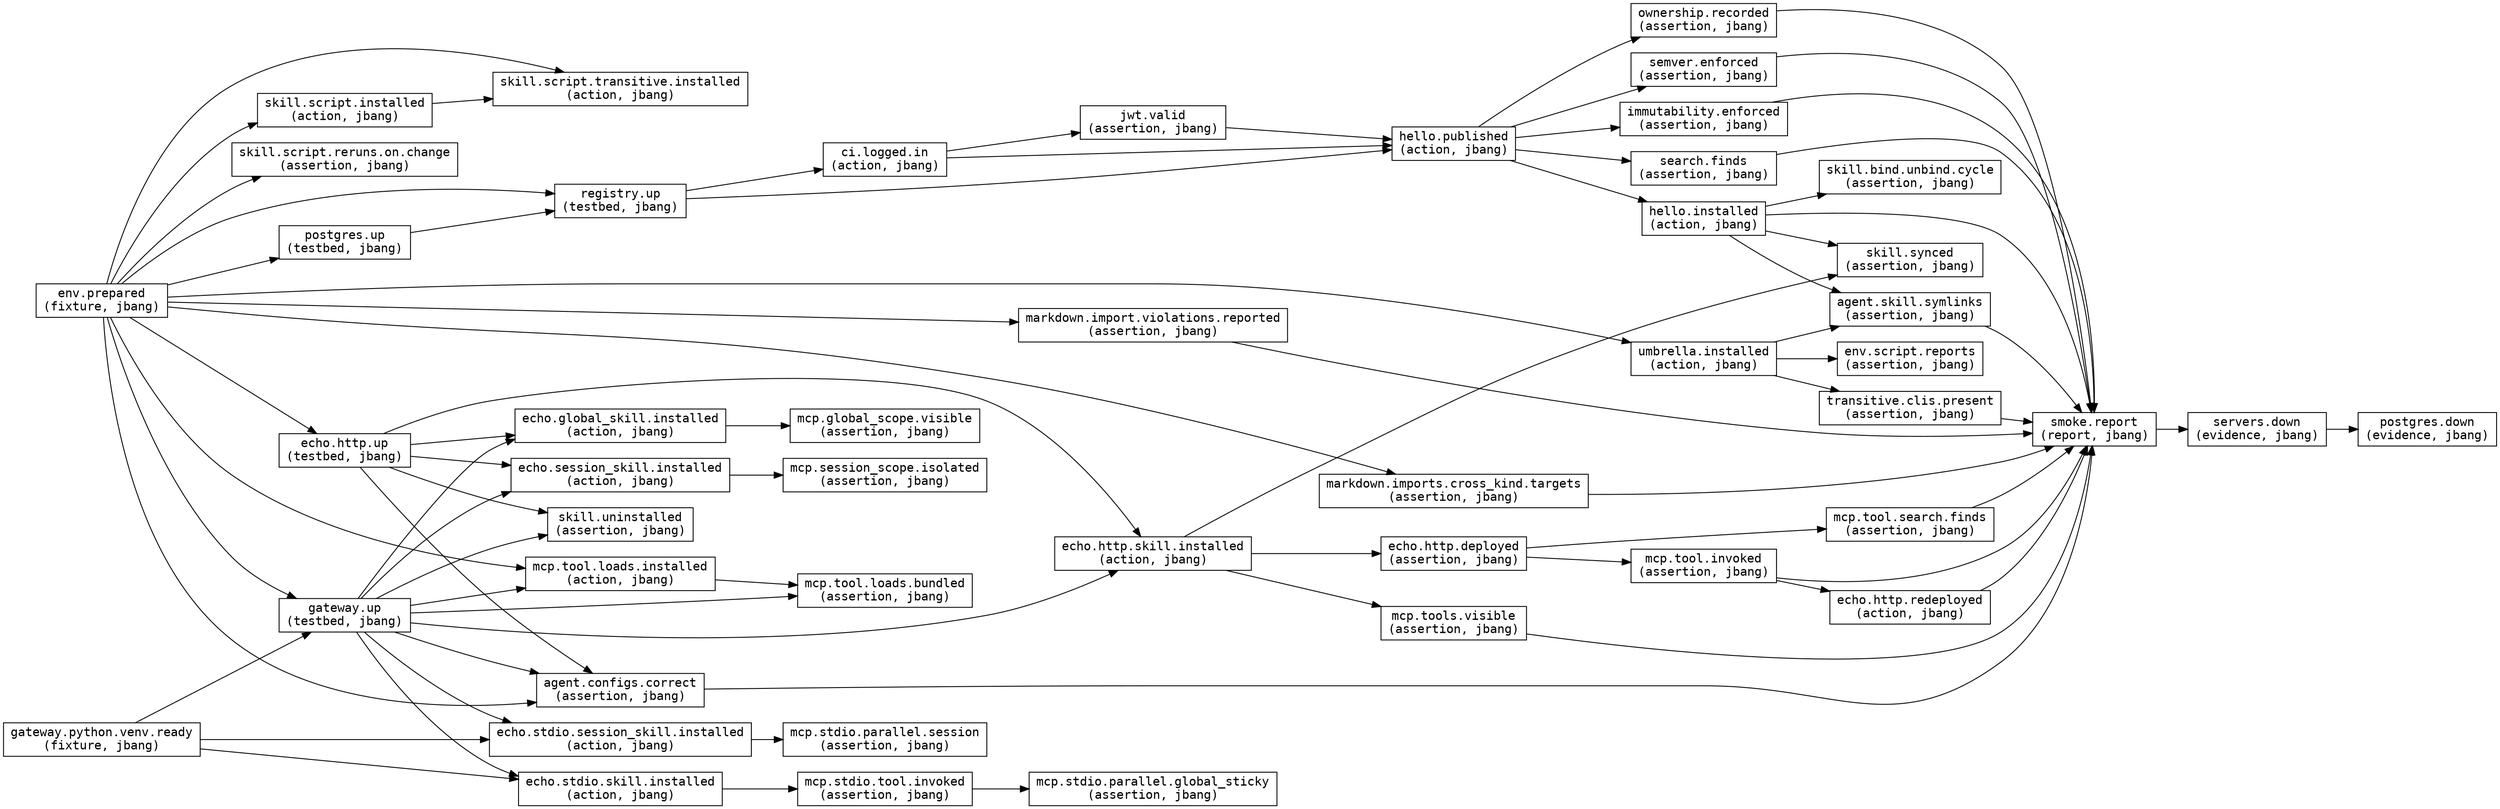
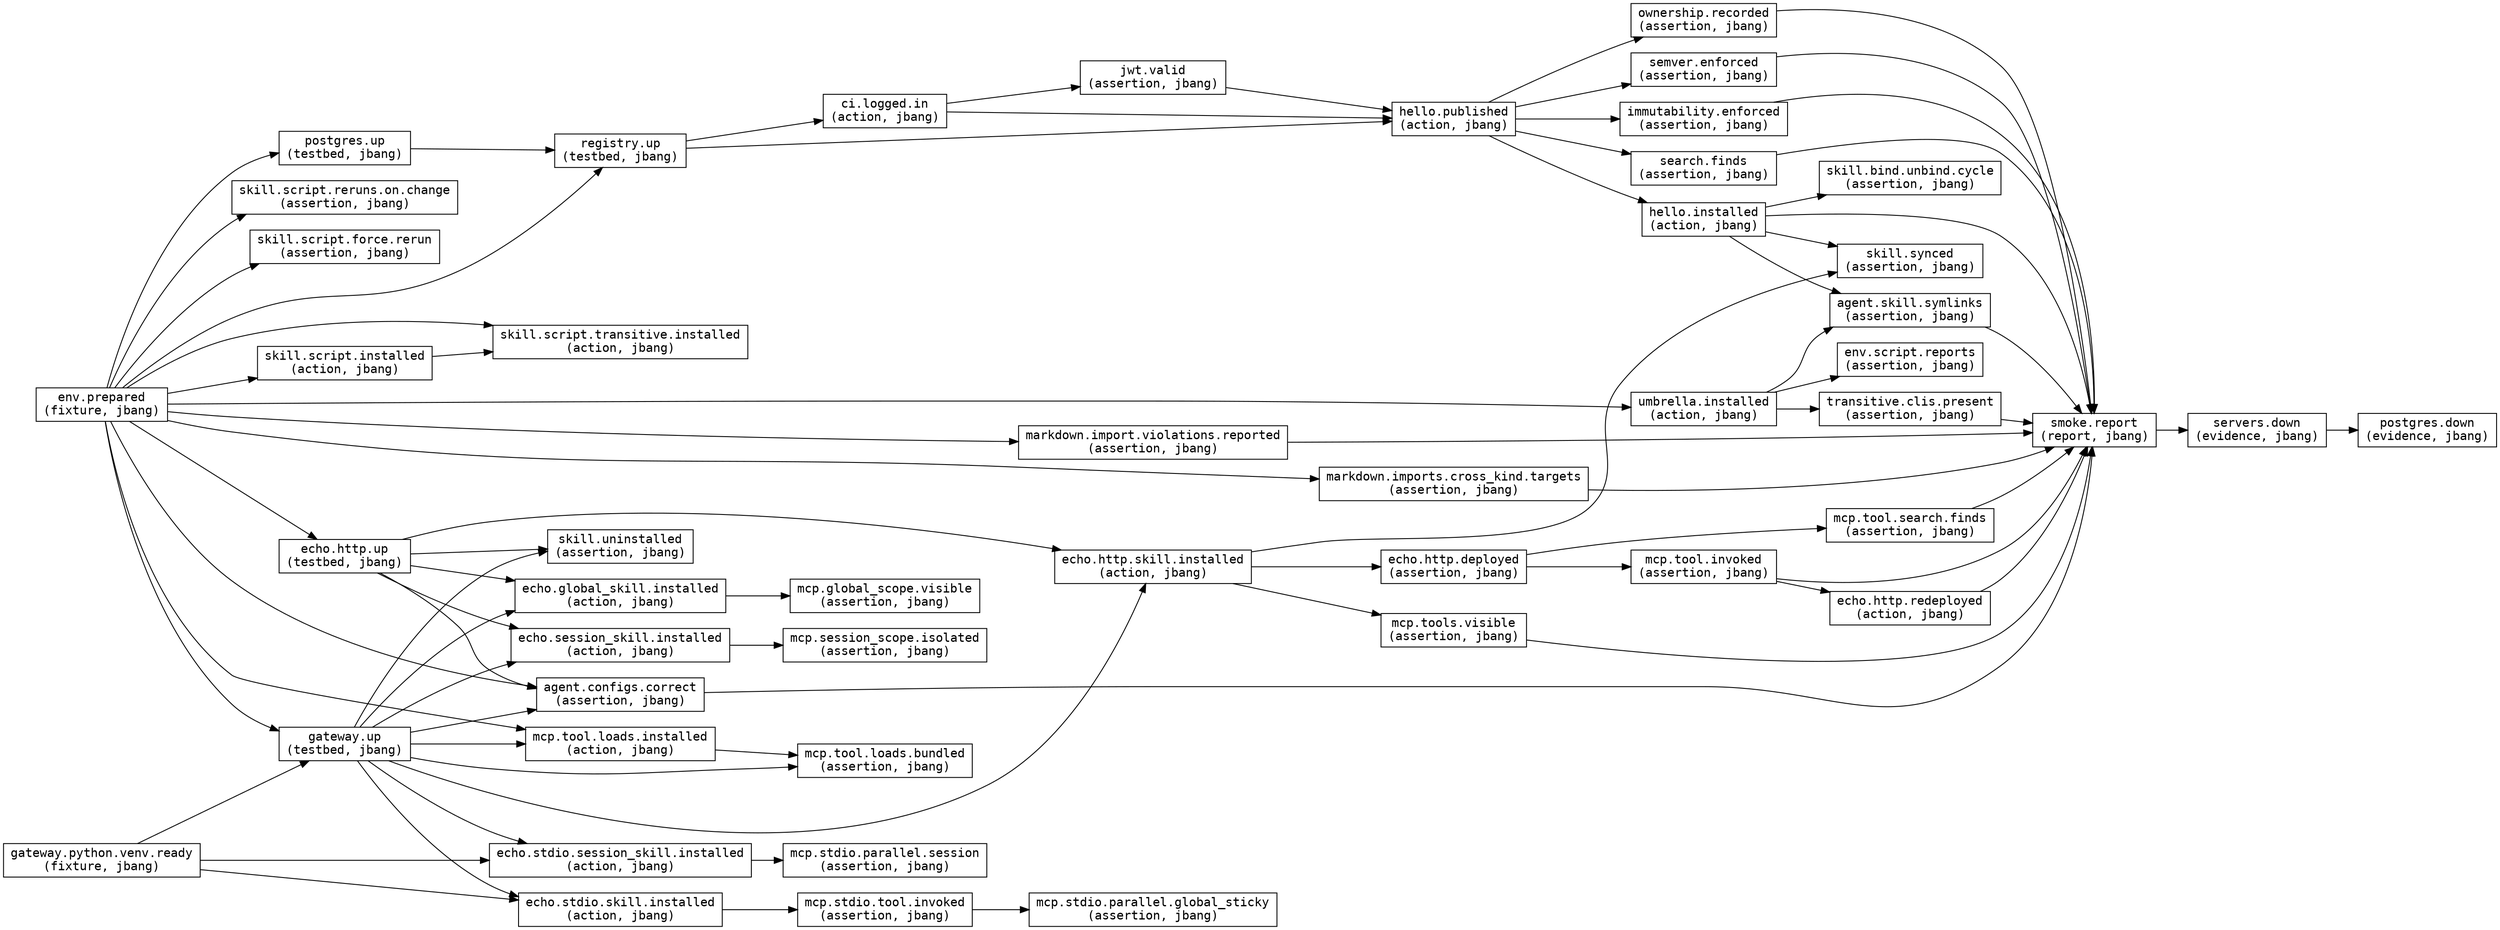
digraph "smoke" {
  rankdir=LR;
  node [shape=box,fontname="Courier"];
  "env.prepared" [label="env.prepared\n(fixture, jbang)"];
  "postgres.up" [label="postgres.up\n(testbed, jbang)"];
  "registry.up" [label="registry.up\n(testbed, jbang)"];
  "ci.logged.in" [label="ci.logged.in\n(action, jbang)"];
  "jwt.valid" [label="jwt.valid\n(assertion, jbang)"];
  "gateway.python.venv.ready" [label="gateway.python.venv.ready\n(fixture, jbang)"];
  "gateway.up" [label="gateway.up\n(testbed, jbang)"];
  "echo.http.up" [label="echo.http.up\n(testbed, jbang)"];
  "hello.published" [label="hello.published\n(action, jbang)"];
  "hello.installed" [label="hello.installed\n(action, jbang)"];
  "search.finds" [label="search.finds\n(assertion, jbang)"];
  "ownership.recorded" [label="ownership.recorded\n(assertion, jbang)"];
  "semver.enforced" [label="semver.enforced\n(assertion, jbang)"];
  "immutability.enforced" [label="immutability.enforced\n(assertion, jbang)"];
  "markdown.import.violations.reported" [label="markdown.import.violations.reported\n(assertion, jbang)"];
  "markdown.imports.cross_kind.targets" [label="markdown.imports.cross_kind.targets\n(assertion, jbang)"];
  "umbrella.installed" [label="umbrella.installed\n(action, jbang)"];
  "transitive.clis.present" [label="transitive.clis.present\n(assertion, jbang)"];
  "skill.script.installed" [label="skill.script.installed\n(action, jbang)"];
  "skill.script.transitive.installed" [label="skill.script.transitive.installed\n(action, jbang)"];
  "skill.script.reruns.on.change" [label="skill.script.reruns.on.change\n(assertion, jbang)"];
+   "skill.script.force.rerun" [label="skill.script.force.rerun\n(assertion, jbang)"];
  "env.script.reports" [label="env.script.reports\n(assertion, jbang)"];
  "mcp.tool.loads.installed" [label="mcp.tool.loads.installed\n(action, jbang)"];
  "mcp.tool.loads.bundled" [label="mcp.tool.loads.bundled\n(assertion, jbang)"];
  "echo.http.skill.installed" [label="echo.http.skill.installed\n(action, jbang)"];
  "echo.http.deployed" [label="echo.http.deployed\n(assertion, jbang)"];
  "mcp.tools.visible" [label="mcp.tools.visible\n(assertion, jbang)"];
  "mcp.tool.search.finds" [label="mcp.tool.search.finds\n(assertion, jbang)"];
  "mcp.tool.invoked" [label="mcp.tool.invoked\n(assertion, jbang)"];
  "echo.http.redeployed" [label="echo.http.redeployed\n(action, jbang)"];
  "echo.session_skill.installed" [label="echo.session_skill.installed\n(action, jbang)"];
  "mcp.session_scope.isolated" [label="mcp.session_scope.isolated\n(assertion, jbang)"];
  "echo.global_skill.installed" [label="echo.global_skill.installed\n(action, jbang)"];
  "mcp.global_scope.visible" [label="mcp.global_scope.visible\n(assertion, jbang)"];
  "echo.stdio.skill.installed" [label="echo.stdio.skill.installed\n(action, jbang)"];
  "mcp.stdio.tool.invoked" [label="mcp.stdio.tool.invoked\n(assertion, jbang)"];
  "mcp.stdio.parallel.global_sticky" [label="mcp.stdio.parallel.global_sticky\n(assertion, jbang)"];
  "echo.stdio.session_skill.installed" [label="echo.stdio.session_skill.installed\n(action, jbang)"];
  "mcp.stdio.parallel.session" [label="mcp.stdio.parallel.session\n(assertion, jbang)"];
  "skill.synced" [label="skill.synced\n(assertion, jbang)"];
  "skill.bind.unbind.cycle" [label="skill.bind.unbind.cycle\n(assertion, jbang)"];
  "skill.uninstalled" [label="skill.uninstalled\n(assertion, jbang)"];
  "agent.configs.correct" [label="agent.configs.correct\n(assertion, jbang)"];
  "agent.skill.symlinks" [label="agent.skill.symlinks\n(assertion, jbang)"];
  "smoke.report" [label="smoke.report\n(report, jbang)"];
  "servers.down" [label="servers.down\n(evidence, jbang)"];
  "postgres.down" [label="postgres.down\n(evidence, jbang)"];
  "env.prepared" -> "postgres.up";
  "env.prepared" -> "registry.up";
  "postgres.up" -> "registry.up";
  "registry.up" -> "ci.logged.in";
  "ci.logged.in" -> "jwt.valid";
  "env.prepared" -> "gateway.up";
  "gateway.python.venv.ready" -> "gateway.up";
  "env.prepared" -> "echo.http.up";
  "registry.up" -> "hello.published";
  "ci.logged.in" -> "hello.published";
  "jwt.valid" -> "hello.published";
  "hello.published" -> "hello.installed";
  "hello.published" -> "search.finds";
  "hello.published" -> "ownership.recorded";
  "hello.published" -> "semver.enforced";
  "hello.published" -> "immutability.enforced";
  "env.prepared" -> "markdown.import.violations.reported";
  "env.prepared" -> "markdown.imports.cross_kind.targets";
  "env.prepared" -> "umbrella.installed";
  "umbrella.installed" -> "transitive.clis.present";
  "env.prepared" -> "skill.script.installed";
  "env.prepared" -> "skill.script.transitive.installed";
  "skill.script.installed" -> "skill.script.transitive.installed";
  "env.prepared" -> "skill.script.reruns.on.change";
+   "env.prepared" -> "skill.script.force.rerun";
  "umbrella.installed" -> "env.script.reports";
  "env.prepared" -> "mcp.tool.loads.installed";
  "gateway.up" -> "mcp.tool.loads.installed";
  "mcp.tool.loads.installed" -> "mcp.tool.loads.bundled";
  "gateway.up" -> "mcp.tool.loads.bundled";
  "gateway.up" -> "echo.http.skill.installed";
  "echo.http.up" -> "echo.http.skill.installed";
  "echo.http.skill.installed" -> "echo.http.deployed";
  "echo.http.skill.installed" -> "mcp.tools.visible";
  "echo.http.deployed" -> "mcp.tool.search.finds";
  "echo.http.deployed" -> "mcp.tool.invoked";
  "mcp.tool.invoked" -> "echo.http.redeployed";
  "gateway.up" -> "echo.session_skill.installed";
  "echo.http.up" -> "echo.session_skill.installed";
  "echo.session_skill.installed" -> "mcp.session_scope.isolated";
  "gateway.up" -> "echo.global_skill.installed";
  "echo.http.up" -> "echo.global_skill.installed";
  "echo.global_skill.installed" -> "mcp.global_scope.visible";
  "gateway.up" -> "echo.stdio.skill.installed";
  "gateway.python.venv.ready" -> "echo.stdio.skill.installed";
  "echo.stdio.skill.installed" -> "mcp.stdio.tool.invoked";
  "mcp.stdio.tool.invoked" -> "mcp.stdio.parallel.global_sticky";
  "gateway.up" -> "echo.stdio.session_skill.installed";
  "gateway.python.venv.ready" -> "echo.stdio.session_skill.installed";
  "echo.stdio.session_skill.installed" -> "mcp.stdio.parallel.session";
  "hello.installed" -> "skill.synced";
  "echo.http.skill.installed" -> "skill.synced";
  "hello.installed" -> "skill.bind.unbind.cycle";
  "gateway.up" -> "skill.uninstalled";
  "echo.http.up" -> "skill.uninstalled";
  "env.prepared" -> "agent.configs.correct";
  "gateway.up" -> "agent.configs.correct";
  "echo.http.up" -> "agent.configs.correct";
  "hello.installed" -> "agent.skill.symlinks";
  "umbrella.installed" -> "agent.skill.symlinks";
  "transitive.clis.present" -> "smoke.report";
  "mcp.tool.search.finds" -> "smoke.report";
  "mcp.tool.invoked" -> "smoke.report";
  "echo.http.redeployed" -> "smoke.report";
  "agent.configs.correct" -> "smoke.report";
  "agent.skill.symlinks" -> "smoke.report";
  "search.finds" -> "smoke.report";
  "mcp.tools.visible" -> "smoke.report";
  "hello.installed" -> "smoke.report";
  "ownership.recorded" -> "smoke.report";
  "semver.enforced" -> "smoke.report";
  "immutability.enforced" -> "smoke.report";
  "markdown.import.violations.reported" -> "smoke.report";
  "markdown.imports.cross_kind.targets" -> "smoke.report";
  "smoke.report" -> "servers.down";
  "servers.down" -> "postgres.down";
}
